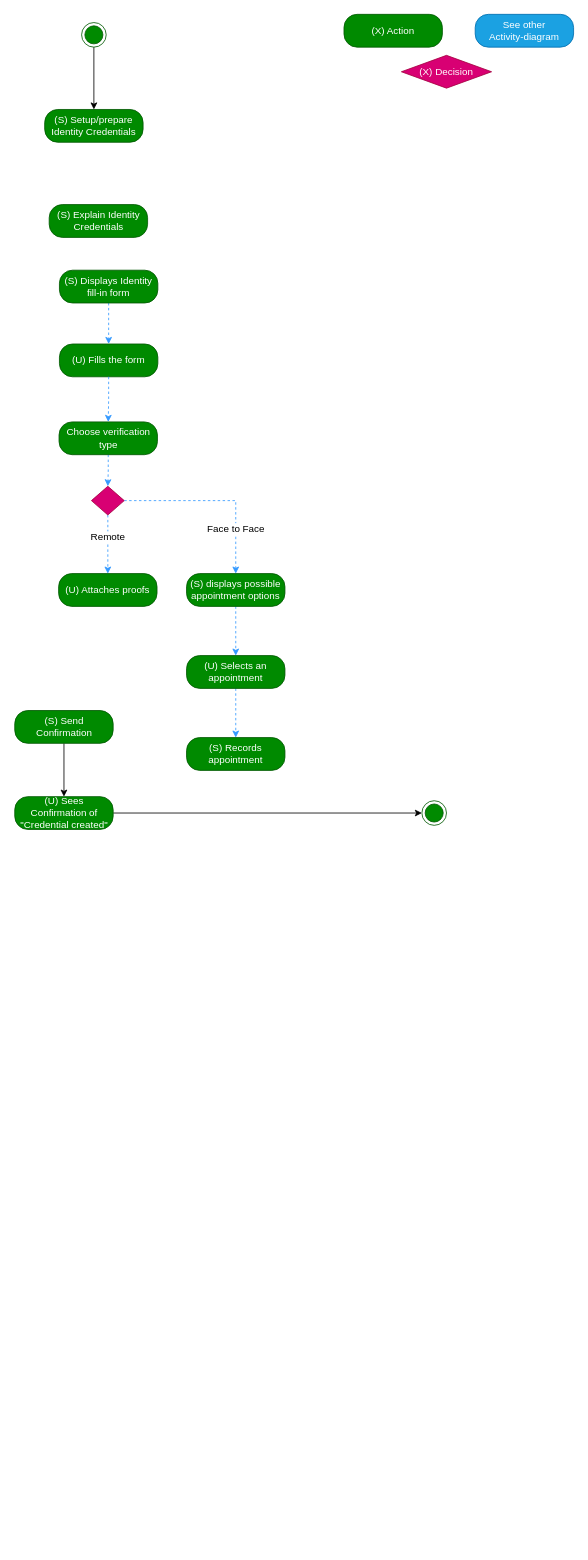
The draw.io diagram Activity Diagrams/Get a credential activity.drawio in nsward/diagrams, before the edit. Source tidied: cells renumbered, new cells numbered last; positions are measured from the earlier drawing's top-left corner, leaving out a move shared by most shapes. Both pictures are drawn from the tidied source at 82%, with x=0, y=0 at pixel (14, 14).
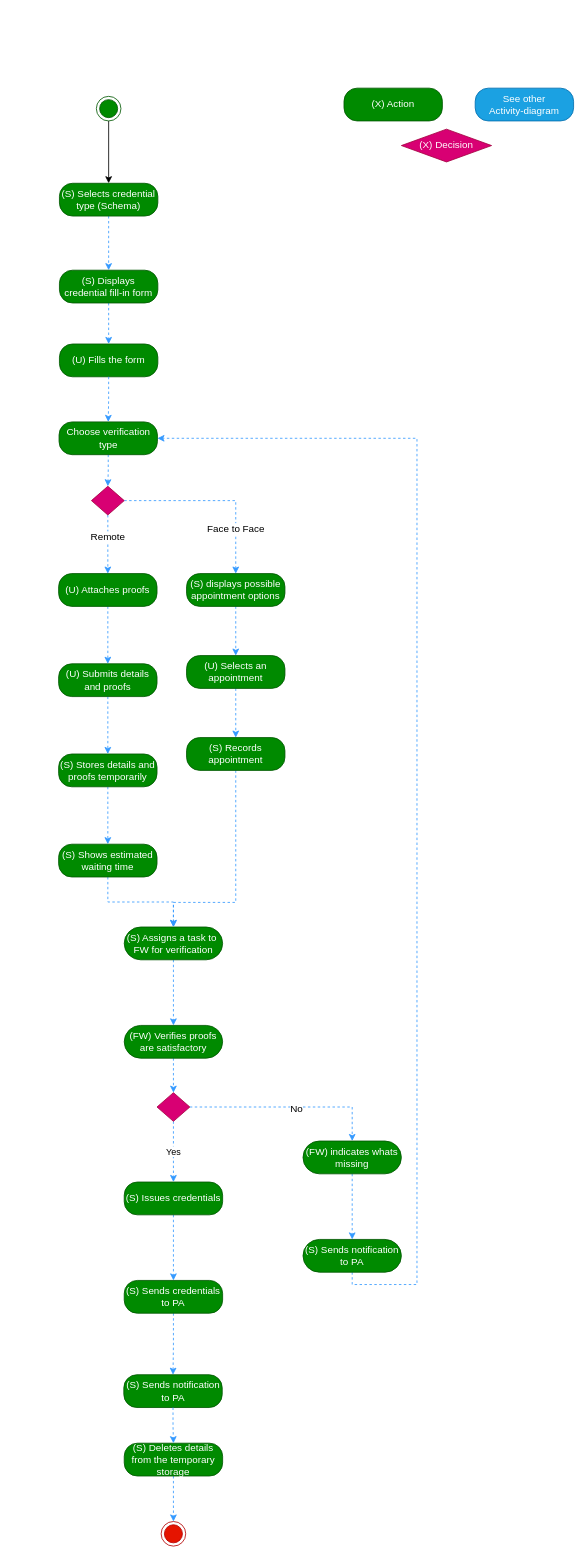
Above is the later version.

The change refers to these unchanged cells:
```xml
<mxCell id="17" value="(U) Attaches proofs" style="rounded=1;whiteSpace=wrap;html=1;arcSize=40;fillColor=#008a00;strokeColor=#005700;fontColor=#ffffff;" parent="1" vertex="1">
  <mxGeometry x="54" y="682" width="120" height="40" as="geometry" />
</mxCell>
<mxCell id="28" value="(S) Records appointment" style="rounded=1;whiteSpace=wrap;html=1;arcSize=40;fillColor=#008a00;strokeColor=#005700;fontColor=#ffffff;" parent="1" vertex="1">
  <mxGeometry x="210" y="882" width="120" height="40" as="geometry" />
</mxCell>
<mxCell id="30" value="Choose verification type" style="rounded=1;whiteSpace=wrap;html=1;arcSize=40;fillColor=#008a00;strokeColor=#005700;fontColor=#ffffff;" parent="1" vertex="1">
  <mxGeometry x="54.5" y="497" width="120" height="40" as="geometry" />
</mxCell>
```

Change to the diagram source:
```diff
@@
     <mxCell id="3" style="ellipse;html=1;shape=endState;fillColor=#008a00;strokeColor=#005700;fontColor=#ffffff;" parent="1" vertex="1">
-      <mxGeometry x="82" y="10" width="30" height="30" as="geometry" />
+      <mxGeometry x="100" y="100" width="30" height="30" as="geometry" />
     </mxCell>
     <mxCell id="4" value="See other&lt;br&gt;Activity-diagram" style="rounded=1;whiteSpace=wrap;html=1;arcSize=40;fillColor=#1ba1e2;strokeColor=#006EAF;fontColor=#ffffff;" parent="1" vertex="1">
-      <mxGeometry x="562" width="120" height="40" as="geometry" />
+      <mxGeometry x="562" y="90" width="120" height="40" as="geometry" />
     </mxCell>
-    <mxCell id="5" style="ellipse;html=1;shape=endState;fillColor=#008a00;strokeColor=#005700;fontColor=#ffffff;" parent="1" vertex="1">
-      <mxGeometry x="497" y="959" width="30" height="30" as="geometry" />
+    <mxCell id="5" style="ellipse;html=1;shape=endState;fillColor=#e51400;strokeColor=#B20000;fontColor=#ffffff;" parent="1" vertex="1">
+      <mxGeometry x="179" y="1838" width="30" height="30" as="geometry" />
     </mxCell>
     <mxCell id="6" value="(X) Action&lt;br&gt;" style="rounded=1;whiteSpace=wrap;html=1;arcSize=40;fillColor=#008a00;strokeColor=#005700;fontColor=#ffffff;" parent="1" vertex="1">
-      <mxGeometry x="402" width="120" height="40" as="geometry" />
+      <mxGeometry x="402" y="90" width="120" height="40" as="geometry" />
     </mxCell>
     <mxCell id="7" value="&lt;span&gt;(X) Decision&lt;br&gt;&lt;/span&gt;" style="rhombus;whiteSpace=wrap;html=1;fillColor=#d80073;strokeColor=#A50040;fontColor=#ffffff;" parent="1" vertex="1">
-      <mxGeometry x="472" y="50" width="110" height="40" as="geometry" />
+      <mxGeometry x="472" y="140" width="110" height="40" as="geometry" />
     </mxCell>
-    <mxCell id="8" value="(S) Explain Identity Credentials&lt;br&gt;" style="rounded=1;whiteSpace=wrap;html=1;arcSize=40;fillColor=#008a00;strokeColor=#005700;fontColor=#ffffff;" parent="1" vertex="1">
-      <mxGeometry x="42.5" y="232" width="120" height="40" as="geometry" />
-    </mxCell>
+    <mxCell id="31" style="edgeStyle=orthogonalEdgeStyle;rounded=0;jettySize=auto;html=1;entryX=0.5;entryY=0;entryDx=0;entryDy=0;dashed=1;fontColor=#ffffff;strokeColor=#3399FF;" parent="1" edge="1" source="9" target="15">
+      <mxGeometry relative="1" as="geometry" />
+    </mxCell>
-    <mxCell id="9" value="(S) Setup/prepare Identity Credentials&lt;br&gt;" style="rounded=1;whiteSpace=wrap;html=1;arcSize=40;fillColor=#008a00;strokeColor=#005700;fontColor=#ffffff;" parent="1" vertex="1">
-      <mxGeometry x="37" y="116" width="120" height="40" as="geometry" />
+    <mxCell id="9" value="(S) Selects credential type (Schema)&lt;br&gt;" style="rounded=1;whiteSpace=wrap;html=1;arcSize=40;fillColor=#008a00;strokeColor=#005700;fontColor=#ffffff;" parent="1" vertex="1">
+      <mxGeometry x="55" y="206" width="120" height="40" as="geometry" />
     </mxCell>
-    <mxCell id="10" style="edgeStyle=orthogonalEdgeStyle;rounded=0;jettySize=auto;html=1;strokeColor=#000000;entryX=0;entryY=0.5;entryDx=0;entryDy=0;" parent="1" edge="1" source="11" target="5">
-      <mxGeometry relative="1" as="geometry" />
-    </mxCell>
-    <mxCell id="11" value="(U) Sees Confirmation of &quot;Credential created&quot;&lt;br&gt;" style="rounded=1;whiteSpace=wrap;html=1;arcSize=40;fillColor=#008a00;strokeColor=#005700;fontColor=#ffffff;" parent="1" vertex="1">
-      <mxGeometry x="0.5" y="954" width="120" height="40" as="geometry" />
-    </mxCell>
-    <mxCell id="12" style="edgeStyle=orthogonalEdgeStyle;rounded=0;jettySize=auto;html=1;strokeColor=#000000;" parent="1" edge="1" source="13" target="11">
-      <mxGeometry relative="1" as="geometry" />
-    </mxCell>
+    <mxCell id="32" style="edgeStyle=orthogonalEdgeStyle;rounded=0;jettySize=auto;html=1;entryX=0.5;entryY=0;entryDx=0;entryDy=0;dashed=1;strokeColor=#3399FF;fontColor=#ffffff;" parent="1" edge="1" source="57" target="5">
+      <mxGeometry relative="1" as="geometry" />
+    </mxCell>
-    <mxCell id="13" value="(S) Send Confirmation&lt;br&gt;" style="rounded=1;whiteSpace=wrap;html=1;arcSize=40;fillColor=#008a00;strokeColor=#005700;fontColor=#ffffff;" parent="1" vertex="1">
-      <mxGeometry x="0.5" y="849" width="120" height="40" as="geometry" />
+    <mxCell id="13" value="(S) Sends notification to PA&lt;br&gt;" style="rounded=1;whiteSpace=wrap;html=1;arcSize=40;fillColor=#008a00;strokeColor=#005700;fontColor=#ffffff;" parent="1" vertex="1">
+      <mxGeometry x="133.5" y="1659" width="120" height="40" as="geometry" />
     </mxCell>
@@
-    <mxCell id="15" value="(S) Displays Identity fill-in form" style="rounded=1;whiteSpace=wrap;html=1;arcSize=40;fillColor=#008a00;strokeColor=#005700;fontColor=#ffffff;" parent="1" vertex="1">
+    <mxCell id="15" value="(S) Displays credential fill-in form" style="rounded=1;whiteSpace=wrap;html=1;arcSize=40;fillColor=#008a00;strokeColor=#005700;fontColor=#ffffff;" parent="1" vertex="1">
       <mxGeometry x="55" y="312" width="120" height="40" as="geometry" />
     </mxCell>
@@
+    <mxCell id="33" style="edgeStyle=orthogonalEdgeStyle;rounded=0;jettySize=auto;html=1;dashed=1;strokeColor=#3399FF;fontColor=#ffffff;" parent="1" edge="1" source="17" target="35">
+      <mxGeometry relative="1" as="geometry" />
+    </mxCell>
@@
+    <mxCell id="34" style="edgeStyle=orthogonalEdgeStyle;rounded=0;jettySize=auto;html=1;dashed=1;strokeColor=#3399FF;fontColor=#ffffff;" parent="1" edge="1" source="35" target="37">
+      <mxGeometry relative="1" as="geometry" />
+    </mxCell>
+    <mxCell id="35" value="(U) Submits details and proofs" style="rounded=1;whiteSpace=wrap;html=1;arcSize=40;fillColor=#008a00;strokeColor=#005700;fontColor=#ffffff;" parent="1" vertex="1">
+      <mxGeometry x="54" y="792" width="120" height="40" as="geometry" />
+    </mxCell>
+    <mxCell id="36" style="edgeStyle=orthogonalEdgeStyle;rounded=0;jettySize=auto;html=1;dashed=1;strokeColor=#3399FF;fontColor=#ffffff;" parent="1" edge="1" source="37" target="39">
+      <mxGeometry relative="1" as="geometry" />
+    </mxCell>
+    <mxCell id="37" value="(S) Stores details and proofs temporarily" style="rounded=1;whiteSpace=wrap;html=1;arcSize=40;fillColor=#008a00;strokeColor=#005700;fontColor=#ffffff;" parent="1" vertex="1">
+      <mxGeometry x="54" y="902" width="120" height="40" as="geometry" />
+    </mxCell>
+    <mxCell id="38" style="edgeStyle=orthogonalEdgeStyle;rounded=0;jettySize=auto;html=1;dashed=1;strokeColor=#3399FF;fontColor=#ffffff;" parent="1" edge="1" source="39" target="41">
+      <mxGeometry relative="1" as="geometry" />
+    </mxCell>
+    <mxCell id="39" value="(S) Shows estimated waiting time" style="rounded=1;whiteSpace=wrap;html=1;arcSize=40;fillColor=#008a00;strokeColor=#005700;fontColor=#ffffff;" parent="1" vertex="1">
+      <mxGeometry x="54" y="1012" width="120" height="40" as="geometry" />
+    </mxCell>
+    <mxCell id="40" style="edgeStyle=orthogonalEdgeStyle;rounded=0;jettySize=auto;html=1;dashed=1;strokeColor=#3399FF;fontColor=#ffffff;" parent="1" edge="1" source="41" target="43">
+      <mxGeometry relative="1" as="geometry" />
+    </mxCell>
+    <mxCell id="41" value="(S) Assigns a task to&amp;nbsp; FW for verification" style="rounded=1;whiteSpace=wrap;html=1;arcSize=50;fillColor=#008a00;strokeColor=#005700;fontColor=#ffffff;" parent="1" vertex="1">
+      <mxGeometry x="134" y="1113" width="120" height="40" as="geometry" />
+    </mxCell>
+    <mxCell id="42" style="edgeStyle=orthogonalEdgeStyle;rounded=0;jettySize=auto;html=1;dashed=1;strokeColor=#3399FF;fontColor=#ffffff;" parent="1" edge="1" source="43" target="48">
+      <mxGeometry relative="1" as="geometry" />
+    </mxCell>
+    <mxCell id="43" value="(FW) Verifies proofs are satisfactory" style="rounded=1;whiteSpace=wrap;html=1;arcSize=50;fillColor=#008a00;strokeColor=#005700;fontColor=#ffffff;" parent="1" vertex="1">
+      <mxGeometry x="134" y="1233" width="120" height="40" as="geometry" />
+    </mxCell>
@@
+    <mxCell id="44" style="edgeStyle=orthogonalEdgeStyle;rounded=0;jettySize=auto;html=1;dashed=1;strokeColor=#3399FF;fontColor=#ffffff;entryX=0.5;entryY=0;entryDx=0;entryDy=0;" parent="1" edge="1" source="28" target="41">
+      <mxGeometry relative="1" as="geometry">
+        <Array as="points">
+          <mxPoint x="270" y="1083" />
+          <mxPoint x="194" y="1083" />
+        </Array>
+      </mxGeometry>
+    </mxCell>
@@
+    <mxCell id="45" style="edgeStyle=orthogonalEdgeStyle;rounded=0;jettySize=auto;html=1;dashed=1;strokeColor=#3399FF;fontColor=#ffffff;" parent="1" edge="1" source="48" target="50">
+      <mxGeometry relative="1" as="geometry" />
+    </mxCell>
+    <mxCell id="46" value="&lt;font color=&quot;#000000&quot;&gt;No&lt;/font&gt;" style="text;html=1;align=center;verticalAlign=middle;labelBackgroundColor=#ffffff;fontColor=#ffffff;" parent="45" vertex="1">
+      <mxGeometry x="0.08" y="-2" relative="1" as="geometry" />
+    </mxCell>
+    <mxCell id="47" value="&lt;font color=&quot;#000000&quot;&gt;Yes&lt;/font&gt;" style="edgeStyle=orthogonalEdgeStyle;rounded=0;jettySize=auto;html=1;entryX=0.5;entryY=0;entryDx=0;entryDy=0;dashed=1;strokeColor=#3399FF;fontColor=#ffffff;" parent="1" edge="1" source="48" target="54">
+      <mxGeometry relative="1" as="geometry" />
+    </mxCell>
+    <mxCell id="48" style="rhombus;whiteSpace=wrap;html=1;fillColor=#d80073;strokeColor=#A50040;fontColor=#ffffff;" parent="1" vertex="1">
+      <mxGeometry x="174" y="1315" width="40" height="35" as="geometry" />
+    </mxCell>
+    <mxCell id="49" style="edgeStyle=orthogonalEdgeStyle;rounded=0;jettySize=auto;html=1;dashed=1;strokeColor=#3399FF;fontColor=#ffffff;" parent="1" edge="1" source="50" target="52">
+      <mxGeometry relative="1" as="geometry" />
+    </mxCell>
+    <mxCell id="50" value="(FW) indicates whats missing" style="rounded=1;whiteSpace=wrap;html=1;arcSize=50;fillColor=#008a00;strokeColor=#005700;fontColor=#ffffff;" parent="1" vertex="1">
+      <mxGeometry x="352" y="1374" width="120" height="40" as="geometry" />
+    </mxCell>
+    <mxCell id="51" style="edgeStyle=orthogonalEdgeStyle;rounded=0;jettySize=auto;html=1;entryX=1;entryY=0.5;entryDx=0;entryDy=0;dashed=1;strokeColor=#3399FF;fontColor=#ffffff;exitX=0.5;exitY=1;exitDx=0;exitDy=0;" parent="1" edge="1" source="52" target="30">
+      <mxGeometry relative="1" as="geometry">
+        <Array as="points">
+          <mxPoint x="412" y="1549" />
+          <mxPoint x="491" y="1549" />
+          <mxPoint x="491" y="517" />
+        </Array>
+      </mxGeometry>
+    </mxCell>
+    <mxCell id="52" value="(S) Sends notification to PA" style="rounded=1;whiteSpace=wrap;html=1;arcSize=50;fillColor=#008a00;strokeColor=#005700;fontColor=#ffffff;" parent="1" vertex="1">
+      <mxGeometry x="352" y="1494" width="120" height="40" as="geometry" />
+    </mxCell>
+    <mxCell id="53" style="edgeStyle=orthogonalEdgeStyle;rounded=0;jettySize=auto;html=1;dashed=1;strokeColor=#3399FF;fontColor=#ffffff;" parent="1" edge="1" source="54" target="56">
+      <mxGeometry relative="1" as="geometry" />
+    </mxCell>
+    <mxCell id="54" value="(S) Issues credentials&lt;br&gt;" style="rounded=1;whiteSpace=wrap;html=1;arcSize=40;fillColor=#008a00;strokeColor=#005700;fontColor=#ffffff;" parent="1" vertex="1">
+      <mxGeometry x="134" y="1424" width="120" height="40" as="geometry" />
+    </mxCell>
+    <mxCell id="55" style="edgeStyle=orthogonalEdgeStyle;rounded=0;jettySize=auto;html=1;dashed=1;strokeColor=#3399FF;fontColor=#ffffff;" parent="1" edge="1" source="56" target="13">
+      <mxGeometry relative="1" as="geometry" />
+    </mxCell>
+    <mxCell id="56" value="(S) Sends credentials to PA&lt;br&gt;" style="rounded=1;whiteSpace=wrap;html=1;arcSize=40;fillColor=#008a00;strokeColor=#005700;fontColor=#ffffff;" parent="1" vertex="1">
+      <mxGeometry x="134" y="1544" width="120" height="40" as="geometry" />
+    </mxCell>
+    <mxCell id="57" value="(S) Deletes details from the temporary storage&lt;br&gt;" style="rounded=1;whiteSpace=wrap;html=1;arcSize=40;fillColor=#008a00;strokeColor=#005700;fontColor=#ffffff;" parent="1" vertex="1">
+      <mxGeometry x="134" y="1742.5" width="120" height="40" as="geometry" />
+    </mxCell>
+    <mxCell id="58" style="edgeStyle=orthogonalEdgeStyle;rounded=0;jettySize=auto;html=1;entryX=0.5;entryY=0;entryDx=0;entryDy=0;dashed=1;strokeColor=#3399FF;fontColor=#ffffff;" parent="1" edge="1" source="13" target="57">
+      <mxGeometry relative="1" as="geometry" />
+    </mxCell>
```
